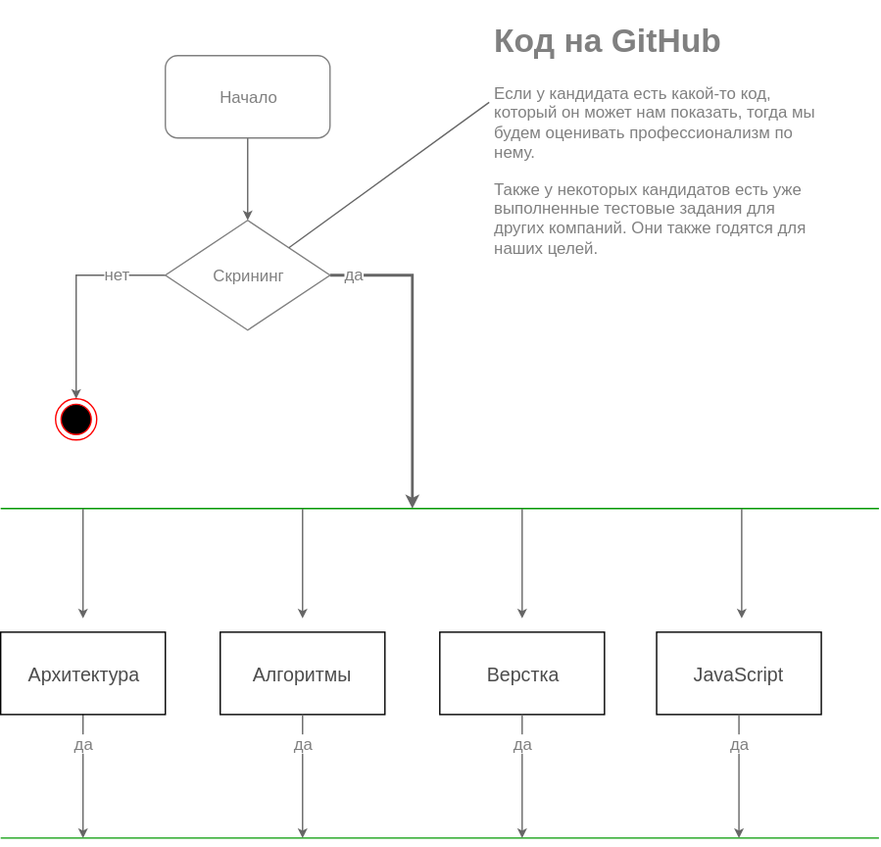
Before: yandex-hiring.svg, a diagram exported from draw.io (ajile/draw-io). Source tidied: cells renumbered, new cells last; positions are measured from the earlier drawing's top-left corner, leaving out a move shared by most shapes. Its diagram source:
```xml
<mxGraphModel background="#ffffff">
  <root>
    <mxCell id="0" />
    <mxCell id="1" parent="0" />
    <mxCell id="2" style="edgeStyle=orthogonalEdgeStyle;curved=1;rounded=0;html=1;entryX=0.5;entryY=0;startSize=4;endArrow=classic;endFill=1;endSize=4;jettySize=auto;strokeColor=#666666;strokeWidth=1;fontSize=12;fontColor=#808080;" parent="1" edge="1" source="3" target="8">
      <mxGeometry relative="1" as="geometry" />
    </mxCell>
    <mxCell id="3" value="Начало" style="rounded=1;whiteSpace=wrap;html=1;strokeColor=#808080;fontSize=12;fontColor=#808080;align=center;" parent="1" vertex="1">
      <mxGeometry x="120" y="30" width="120" height="60" as="geometry" />
    </mxCell>
    <mxCell id="4" style="edgeStyle=orthogonalEdgeStyle;rounded=0;html=1;entryX=0.5;entryY=0;startSize=4;endArrow=classic;endFill=1;endSize=4;jettySize=auto;strokeColor=#666666;strokeWidth=1;fontSize=12;fontColor=#808080;exitX=0;exitY=0.5;" parent="1" edge="1" source="8" target="9">
      <mxGeometry relative="1" as="geometry" />
    </mxCell>
    <mxCell id="5" value="нет" style="text;html=1;align=center;verticalAlign=middle;labelBackgroundColor=#ffffff;fontSize=12;fontColor=#808080;" parent="4" vertex="1">
      <mxGeometry x="-0.26" relative="1" as="geometry">
        <mxPoint x="22" y="-2" as="offset" />
      </mxGeometry>
    </mxCell>
    <mxCell id="6" style="edgeStyle=orthogonalEdgeStyle;rounded=0;html=1;startSize=4;endArrow=classic;endFill=1;endSize=4;jettySize=auto;strokeColor=#666666;strokeWidth=2;fontSize=12;fontColor=#808080;exitX=1;exitY=0.5;" parent="1" edge="1" source="8">
      <mxGeometry relative="1" as="geometry">
        <mxPoint x="300" y="360" as="targetPoint" />
      </mxGeometry>
    </mxCell>
    <mxCell id="7" value="да" style="text;html=1;align=center;verticalAlign=middle;labelBackgroundColor=#ffffff;fontSize=12;fontColor=#808080;" parent="6" vertex="1">
      <mxGeometry x="-0.83" relative="1" as="geometry">
        <mxPoint x="-2" y="-2" as="offset" />
      </mxGeometry>
    </mxCell>
    <mxCell id="8" value="&lt;div style=&quot;text-align: center&quot;&gt;&lt;span&gt;Скрининг&lt;/span&gt;&lt;/div&gt;" style="rhombus;whiteSpace=wrap;html=1;strokeColor=#808080;fontSize=12;fontColor=#808080;align=center;" parent="1" vertex="1">
      <mxGeometry x="120" y="150" width="120" height="80" as="geometry" />
    </mxCell>
    <mxCell id="9" style="ellipse;html=1;shape=endState;fillColor=#000000;strokeColor=#ff0000;fontSize=12;fontColor=#808080;align=center;" parent="1" vertex="1">
      <mxGeometry x="40" y="280" width="30" height="30" as="geometry" />
    </mxCell>
    <mxCell id="10" value="&lt;h1&gt;Код на GitHub&lt;/h1&gt;&lt;p&gt;Если у кандидата есть какой-то код, который он может нам показать, тогда мы будем оценивать профессионализм по нему.&lt;/p&gt;&lt;p&gt;Также у некоторых кандидатов есть уже выполненные тестовые задания для других компаний. Они также годятся для наших целей.&lt;/p&gt;" style="text;html=1;strokeColor=none;fillColor=none;spacing=5;spacingTop=-20;whiteSpace=wrap;overflow=hidden;fontSize=12;fontColor=#808080;align=left;" parent="1" vertex="1">
      <mxGeometry x="355" width="245" height="180" as="geometry" />
    </mxCell>
    <mxCell id="11" style="rounded=0;html=1;entryX=1;entryY=0;startSize=4;endArrow=none;endFill=0;endSize=4;jettySize=auto;strokeColor=#666666;strokeWidth=1;fontSize=12;fontColor=#808080;exitX=0.004;exitY=0.356;exitPerimeter=0;" parent="1" edge="1" source="10" target="8">
      <mxGeometry relative="1" as="geometry" />
    </mxCell>
    <mxCell id="12" style="endArrow=none;html=1;strokeColor=#009900;strokeWidth=1;fontSize=36;fontColor=#4579AD;" parent="1" edge="1">
      <mxGeometry relative="1" as="geometry">
        <mxPoint y="360" as="sourcePoint" />
        <mxPoint x="640" y="360" as="targetPoint" />
      </mxGeometry>
    </mxCell>
    <mxCell id="13" style="edgeStyle=orthogonalEdgeStyle;rounded=0;html=1;entryX=0.5;entryY=0;startSize=4;endArrow=classic;endFill=1;endSize=4;jettySize=auto;orthogonalLoop=1;strokeColor=#666666;strokeWidth=1;fontSize=12;fontColor=#808080;" parent="1" edge="1">
      <mxGeometry relative="1" as="geometry">
        <mxPoint x="60" y="360" as="sourcePoint" />
        <mxPoint x="60" y="440" as="targetPoint" />
      </mxGeometry>
    </mxCell>
    <mxCell id="14" style="edgeStyle=orthogonalEdgeStyle;rounded=0;html=1;entryX=0.5;entryY=0;startSize=4;endArrow=classic;endFill=1;endSize=4;jettySize=auto;orthogonalLoop=1;strokeColor=#666666;strokeWidth=1;fontSize=12;fontColor=#808080;" parent="1" edge="1">
      <mxGeometry relative="1" as="geometry">
        <mxPoint x="220" y="360" as="sourcePoint" />
        <mxPoint x="220" y="440" as="targetPoint" />
      </mxGeometry>
    </mxCell>
    <mxCell id="15" style="edgeStyle=orthogonalEdgeStyle;rounded=0;html=1;entryX=0.5;entryY=0;startSize=4;endArrow=classic;endFill=1;endSize=4;jettySize=auto;orthogonalLoop=1;strokeColor=#666666;strokeWidth=1;fontSize=12;fontColor=#808080;" parent="1" edge="1">
      <mxGeometry relative="1" as="geometry">
        <mxPoint x="380" y="360" as="sourcePoint" />
        <mxPoint x="380" y="440" as="targetPoint" />
      </mxGeometry>
    </mxCell>
    <mxCell id="16" style="edgeStyle=orthogonalEdgeStyle;rounded=0;html=1;entryX=0.5;entryY=0;startSize=4;endArrow=classic;endFill=1;endSize=4;jettySize=auto;orthogonalLoop=1;strokeColor=#666666;strokeWidth=1;fontSize=12;fontColor=#808080;" parent="1" edge="1">
      <mxGeometry relative="1" as="geometry">
        <mxPoint x="540" y="360" as="sourcePoint" />
        <mxPoint x="540" y="440" as="targetPoint" />
      </mxGeometry>
    </mxCell>
    <mxCell id="17" style="endArrow=none;html=1;strokeColor=#009900;strokeWidth=1;fontSize=36;fontColor=#4579AD;" parent="1" edge="1">
      <mxGeometry relative="1" as="geometry">
        <mxPoint y="600" as="sourcePoint" />
        <mxPoint x="640" y="600" as="targetPoint" />
      </mxGeometry>
    </mxCell>
    <mxCell id="18" style="edgeStyle=orthogonalEdgeStyle;rounded=0;html=1;startSize=4;endArrow=classic;endFill=1;endSize=4;jettySize=auto;strokeColor=#666666;strokeWidth=1;fontSize=12;fontColor=#808080;exitX=0.5;exitY=1;" parent="1" edge="1" source="20">
      <mxGeometry relative="1" as="geometry">
        <mxPoint x="60" y="600" as="targetPoint" />
      </mxGeometry>
    </mxCell>
    <mxCell id="19" value="да" style="text;html=1;align=center;verticalAlign=middle;labelBackgroundColor=#ffffff;fontSize=12;fontColor=#808080;" parent="18" vertex="1">
      <mxGeometry x="-0.26" relative="1" as="geometry">
        <mxPoint y="-13" as="offset" />
      </mxGeometry>
    </mxCell>
    <mxCell id="20" value="Архитектура" style="rounded=0;whiteSpace=wrap;html=1;shadow=0;glass=0;labelBackgroundColor=none;strokeColor=#000000;fillColor=none;gradientColor=none;fontSize=14;fontColor=#4D4D4D;align=center;" parent="1" vertex="1">
      <mxGeometry y="450" width="120" height="60" as="geometry" />
    </mxCell>
    <mxCell id="21" value="Алгоритмы" style="rounded=0;whiteSpace=wrap;html=1;shadow=0;glass=0;labelBackgroundColor=none;strokeColor=#000000;fillColor=none;gradientColor=none;fontSize=14;fontColor=#4D4D4D;align=center;" parent="1" vertex="1">
      <mxGeometry x="160" y="450" width="120" height="60" as="geometry" />
    </mxCell>
    <mxCell id="22" value="&lt;span&gt;Верстка&lt;/span&gt;" style="rounded=0;whiteSpace=wrap;html=1;shadow=0;glass=0;labelBackgroundColor=none;strokeColor=#000000;fillColor=none;gradientColor=none;fontSize=14;fontColor=#4D4D4D;align=center;" parent="1" vertex="1">
      <mxGeometry x="320" y="450" width="120" height="60" as="geometry" />
    </mxCell>
    <mxCell id="23" value="&lt;span&gt;JavaScript&lt;/span&gt;&lt;br&gt;" style="rounded=0;whiteSpace=wrap;html=1;shadow=0;glass=0;labelBackgroundColor=none;strokeColor=#000000;fillColor=none;gradientColor=none;fontSize=14;fontColor=#4D4D4D;align=center;" parent="1" vertex="1">
      <mxGeometry x="478" y="450" width="120" height="60" as="geometry" />
    </mxCell>
    <mxCell id="24" style="edgeStyle=orthogonalEdgeStyle;rounded=0;html=1;startSize=4;endArrow=classic;endFill=1;endSize=4;jettySize=auto;orthogonalLoop=1;strokeColor=#666666;strokeWidth=1;fontSize=12;fontColor=#808080;exitX=0.5;exitY=1;" parent="1" edge="1">
      <mxGeometry relative="1" as="geometry">
        <mxPoint x="220" y="510" as="sourcePoint" />
        <mxPoint x="220" y="600" as="targetPoint" />
      </mxGeometry>
    </mxCell>
    <mxCell id="25" value="да" style="text;html=1;align=center;verticalAlign=middle;labelBackgroundColor=#ffffff;fontSize=12;fontColor=#808080;" parent="24" vertex="1">
      <mxGeometry x="-0.26" relative="1" as="geometry">
        <mxPoint y="-13" as="offset" />
      </mxGeometry>
    </mxCell>
    <mxCell id="26" style="edgeStyle=orthogonalEdgeStyle;rounded=0;html=1;startSize=4;endArrow=classic;endFill=1;endSize=4;jettySize=auto;orthogonalLoop=1;strokeColor=#666666;strokeWidth=1;fontSize=12;fontColor=#808080;exitX=0.5;exitY=1;" parent="1" edge="1">
      <mxGeometry relative="1" as="geometry">
        <mxPoint x="380" y="510" as="sourcePoint" />
        <mxPoint x="380" y="600" as="targetPoint" />
      </mxGeometry>
    </mxCell>
    <mxCell id="27" value="да" style="text;html=1;align=center;verticalAlign=middle;labelBackgroundColor=#ffffff;fontSize=12;fontColor=#808080;" parent="26" vertex="1">
      <mxGeometry x="-0.26" relative="1" as="geometry">
        <mxPoint y="-13" as="offset" />
      </mxGeometry>
    </mxCell>
    <mxCell id="28" style="edgeStyle=orthogonalEdgeStyle;rounded=0;html=1;startSize=4;endArrow=classic;endFill=1;endSize=4;jettySize=auto;orthogonalLoop=1;strokeColor=#666666;strokeWidth=1;fontSize=12;fontColor=#808080;exitX=0.5;exitY=1;" parent="1" edge="1">
      <mxGeometry relative="1" as="geometry">
        <mxPoint x="538" y="510" as="sourcePoint" />
        <mxPoint x="538" y="600" as="targetPoint" />
      </mxGeometry>
    </mxCell>
    <mxCell id="29" value="да" style="text;html=1;align=center;verticalAlign=middle;labelBackgroundColor=#ffffff;fontSize=12;fontColor=#808080;" parent="28" vertex="1">
      <mxGeometry x="-0.26" relative="1" as="geometry">
        <mxPoint y="-13" as="offset" />
      </mxGeometry>
    </mxCell>
  </root>
</mxGraphModel>
```
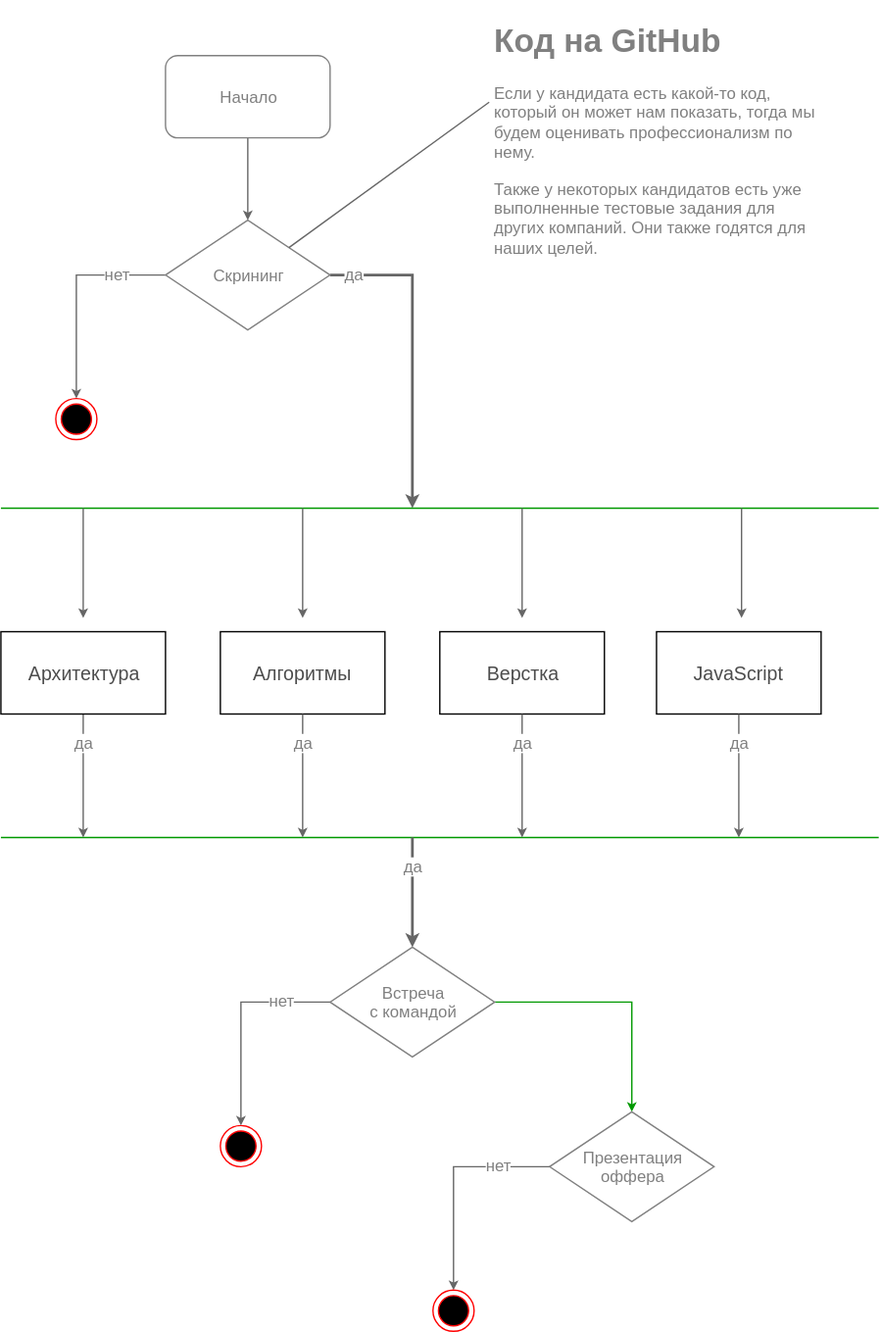
Above is the later version.

What changed in the source:
```diff
@@ -129,5 +129,55 @@
         <mxPoint y="-13" as="offset" />
       </mxGeometry>
     </mxCell>
+    <mxCell id="30" style="edgeStyle=orthogonalEdgeStyle;rounded=0;html=1;startSize=4;endArrow=classic;endFill=1;endSize=4;jettySize=auto;orthogonalLoop=1;strokeColor=#666666;strokeWidth=2;fontSize=12;fontColor=#808080;" parent="1" edge="1">
+      <mxGeometry relative="1" as="geometry">
+        <mxPoint x="300" y="600" as="sourcePoint" />
+        <mxPoint x="300" y="680" as="targetPoint" />
+      </mxGeometry>
+    </mxCell>
+    <mxCell id="31" value="да" style="text;html=1;align=center;verticalAlign=middle;labelBackgroundColor=#ffffff;fontSize=12;fontColor=#808080;" parent="30" vertex="1">
+      <mxGeometry x="-0.83" relative="1" as="geometry">
+        <mxPoint y="13" as="offset" />
+      </mxGeometry>
+    </mxCell>
+    <mxCell id="32" style="edgeStyle=orthogonalEdgeStyle;rounded=0;html=1;entryX=0.5;entryY=0;startSize=4;endArrow=classic;endFill=1;endSize=4;jettySize=auto;strokeColor=#009900;strokeWidth=1;fontSize=14;fontColor=#4D4D4D;" parent="1" edge="1" source="33" target="34">
+      <mxGeometry relative="1" as="geometry" />
+    </mxCell>
+    <mxCell id="33" value="&lt;div style=&quot;text-align: center&quot;&gt;&lt;span&gt;Встреча&lt;br&gt;с командой&lt;/span&gt;&lt;/div&gt;" style="rhombus;whiteSpace=wrap;html=1;strokeColor=#808080;fontSize=12;fontColor=#808080;align=center;" parent="1" vertex="1">
+      <mxGeometry x="240" y="680" width="120" height="80" as="geometry" />
+    </mxCell>
+    <mxCell id="34" value="&lt;div style=&quot;text-align: center&quot;&gt;&lt;span&gt;Презентация&lt;br&gt;оффера&lt;/span&gt;&lt;/div&gt;" style="rhombus;whiteSpace=wrap;html=1;strokeColor=#808080;fontSize=12;fontColor=#808080;align=center;" parent="1" vertex="1">
+      <mxGeometry x="400" y="800" width="120" height="80" as="geometry" />
+    </mxCell>
+    <mxCell id="35" style="ellipse;html=1;shape=endState;fillColor=#000000;strokeColor=#ff0000;fontSize=12;fontColor=#808080;align=center;" parent="1" vertex="1">
+      <mxGeometry x="160" y="810" width="30" height="30" as="geometry" />
+    </mxCell>
+    <mxCell id="36" style="edgeStyle=orthogonalEdgeStyle;rounded=0;html=1;entryX=0.5;entryY=0;startSize=4;endArrow=classic;endFill=1;endSize=4;jettySize=auto;strokeColor=#666666;strokeWidth=1;fontSize=12;fontColor=#808080;" parent="1" edge="1" source="33" target="35">
+      <mxGeometry relative="1" as="geometry">
+        <Array as="points">
+          <mxPoint x="175" y="720" />
+        </Array>
+      </mxGeometry>
+    </mxCell>
+    <mxCell id="37" value="нет" style="text;html=1;align=center;verticalAlign=middle;labelBackgroundColor=#ffffff;fontSize=12;fontColor=#808080;" parent="36" vertex="1">
+      <mxGeometry x="-0.26" relative="1" as="geometry">
+        <mxPoint x="22" y="-2" as="offset" />
+      </mxGeometry>
+    </mxCell>
+    <mxCell id="38" style="edgeStyle=orthogonalEdgeStyle;rounded=0;html=1;entryX=0.5;entryY=0;startSize=4;endArrow=classic;endFill=1;endSize=4;jettySize=auto;strokeColor=#666666;strokeWidth=1;fontSize=12;fontColor=#808080;exitX=0;exitY=0.5;" parent="1" edge="1" source="34" target="40">
+      <mxGeometry relative="1" as="geometry">
+        <Array as="points">
+          <mxPoint x="330" y="840" />
+        </Array>
+      </mxGeometry>
+    </mxCell>
+    <mxCell id="39" value="нет" style="text;html=1;align=center;verticalAlign=middle;labelBackgroundColor=#ffffff;fontSize=12;fontColor=#808080;" parent="38" vertex="1">
+      <mxGeometry x="-0.26" relative="1" as="geometry">
+        <mxPoint x="22" y="-2" as="offset" />
+      </mxGeometry>
+    </mxCell>
+    <mxCell id="40" style="ellipse;html=1;shape=endState;fillColor=#000000;strokeColor=#ff0000;fontSize=12;fontColor=#808080;align=center;" parent="1" vertex="1">
+      <mxGeometry x="315" y="930" width="30" height="30" as="geometry" />
+    </mxCell>
   </root>
 </mxGraphModel>
```
